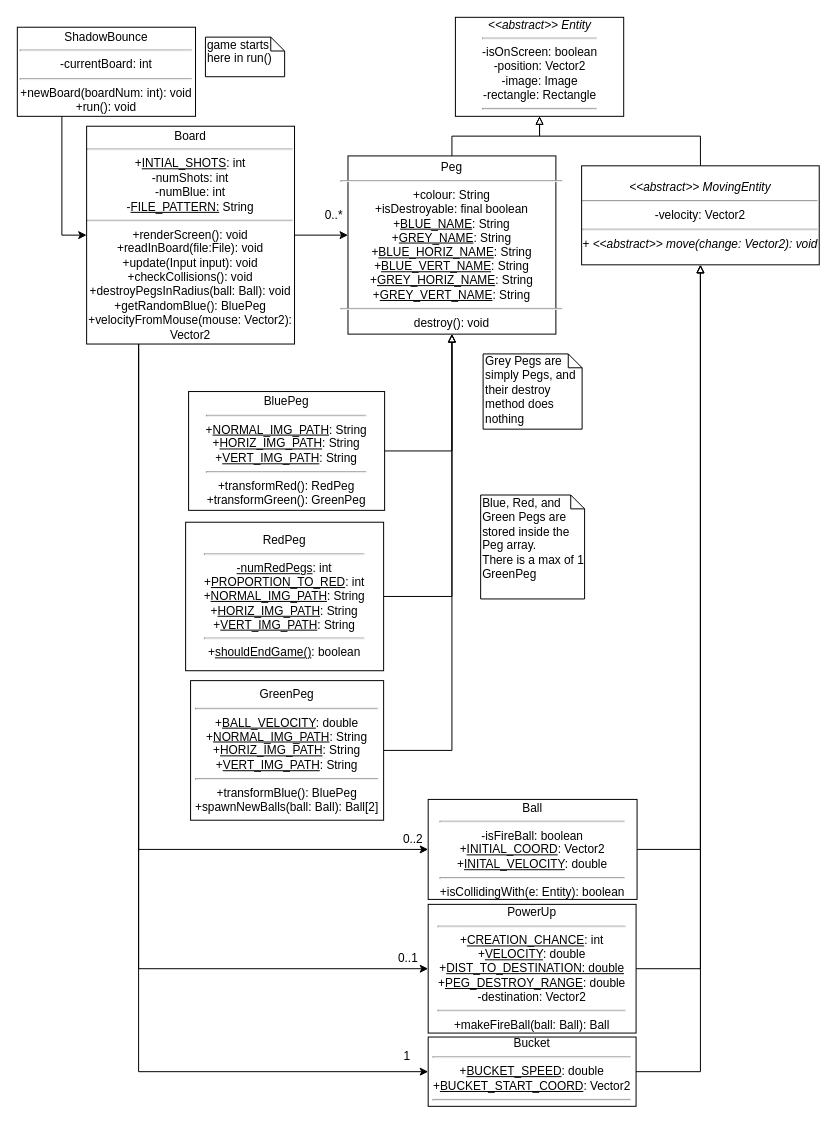
This is Untitled Diagram.drawio from adleris/SWEN20003, a draw.io file, before an edit. Source tidied: cells renumbered, new cells numbered last; positions are measured from the earlier drawing's top-left corner, leaving out a move shared by most shapes. Both pictures are drawn from the tidied source at 99%, with x=0, y=0 at pixel (17, 17).
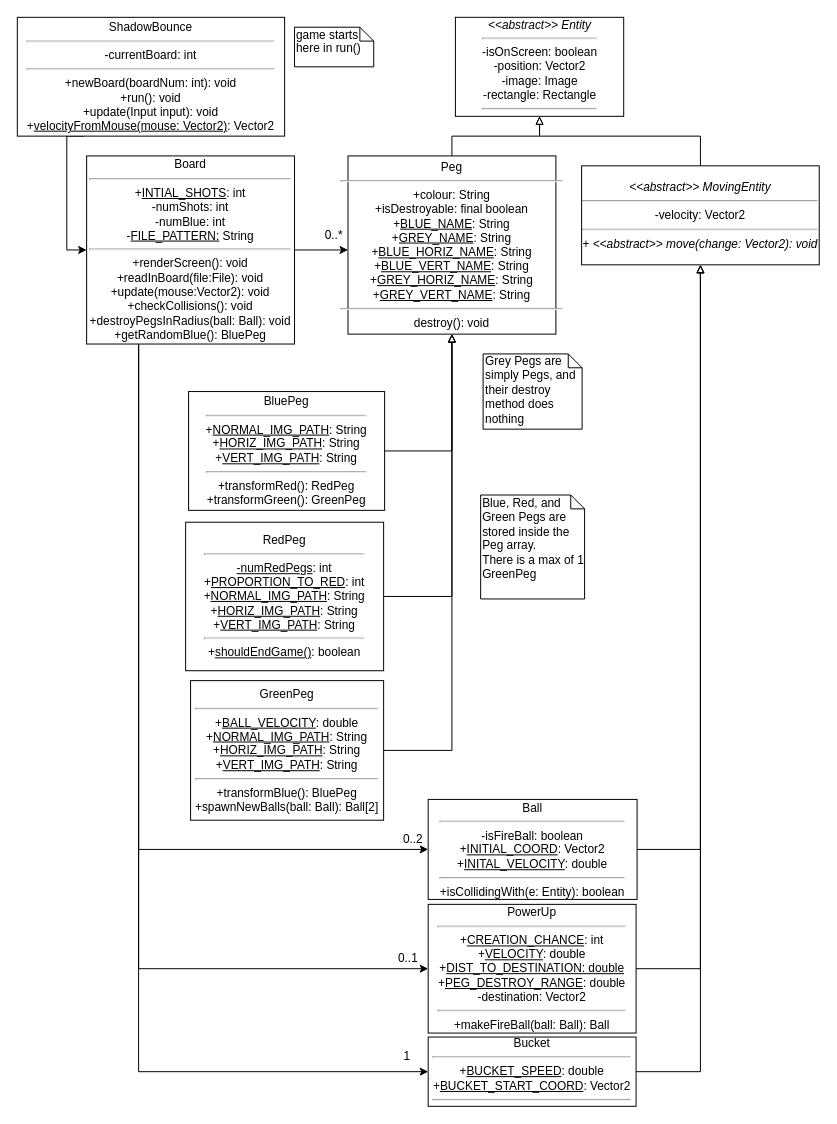
Above is the later version.

Diff of the diagram source:
```diff
@@
-    <mxCell id="6" value="Board&lt;hr&gt;+&lt;u&gt;INTIAL_SHOTS&lt;/u&gt;: int&lt;br&gt;-numShots: int&lt;br&gt;-numBlue: int&lt;br&gt;-&lt;u&gt;FILE_PATTERN:&lt;/u&gt; String&lt;br&gt;&lt;hr&gt;+renderScreen(): void&lt;br&gt;+readInBoard(file:File): void&lt;br&gt;+update(Input input): void&lt;br&gt;+checkCollisions(): void&lt;br&gt;+destroyPegsInRadius(ball: Ball): void&lt;br&gt;+getRandomBlue(): BluePeg&lt;br&gt;+velocityFromMouse(mouse:&amp;nbsp;Vector2): Vector2" style="rounded=0;whiteSpace=wrap;html=1;" parent="1" vertex="1">
-      <mxGeometry x="70" y="110" width="210" height="220" as="geometry" />
+    <mxCell id="6" value="Board&lt;hr&gt;+&lt;u&gt;INTIAL_SHOTS&lt;/u&gt;: int&lt;br&gt;-numShots: int&lt;br&gt;-numBlue: int&lt;br&gt;-&lt;u&gt;FILE_PATTERN:&lt;/u&gt; String&lt;br&gt;&lt;hr&gt;+renderScreen(): void&lt;br&gt;+readInBoard(file:File): void&lt;br&gt;+update(mouse:Vector2): void&lt;br&gt;+checkCollisions(): void&lt;br&gt;+destroyPegsInRadius(ball: Ball): void&lt;br&gt;+getRandomBlue(): BluePeg" style="rounded=0;whiteSpace=wrap;html=1;" parent="1" vertex="1">
+      <mxGeometry x="70" y="140" width="210" height="190" as="geometry" />
     </mxCell>
@@
     <mxCell id="27" value="0..*" style="text;html=1;strokeColor=none;fillColor=none;align=center;verticalAlign=middle;whiteSpace=wrap;rounded=0;" parent="1" vertex="1">
-      <mxGeometry x="300" y="190" width="40" height="20" as="geometry" />
+      <mxGeometry x="300" y="210" width="40" height="20" as="geometry" />
     </mxCell>
-    <mxCell id="28" style="edgeStyle=orthogonalEdgeStyle;rounded=0;jettySize=auto;html=1;exitX=0.25;exitY=1;exitDx=0;exitDy=0;entryX=0;entryY=0.5;entryDx=0;entryDy=0;endArrow=classic;endFill=1;" parent="1" edge="1" source="29" target="6">
-      <mxGeometry relative="1" as="geometry" />
+    <mxCell id="28" style="edgeStyle=orthogonalEdgeStyle;rounded=0;jettySize=auto;html=1;exitX=0.25;exitY=1;exitDx=0;exitDy=0;entryX=0;entryY=0.5;entryDx=0;entryDy=0;" parent="1" edge="1" source="29" target="6">
+      <mxGeometry relative="1" as="geometry">
+        <Array as="points">
+          <mxPoint x="50" y="120" />
+          <mxPoint x="50" y="235" />
+        </Array>
+      </mxGeometry>
     </mxCell>
-    <mxCell id="29" value="ShadowBounce&lt;br&gt;&lt;hr&gt;-currentBoard: int&lt;hr&gt;+newBoard(boardNum: int): void&lt;br&gt;+run(): void" style="rounded=0;whiteSpace=wrap;html=1;" parent="1" vertex="1">
-      <mxGeometry y="10" width="180" height="90" as="geometry" />
+    <mxCell id="29" value="ShadowBounce&lt;br&gt;&lt;hr&gt;-currentBoard: int&lt;hr&gt;+newBoard(boardNum: int): void&lt;br&gt;+run(): void&lt;br&gt;+update(Input input): void&lt;br&gt;+&lt;u&gt;velocityFromMouse(mouse:&amp;nbsp;Vector2)&lt;/u&gt;: Vector2" style="rounded=0;whiteSpace=wrap;html=1;" parent="1" vertex="1">
+      <mxGeometry width="270" height="120" as="geometry" />
     </mxCell>
@@
     <mxCell id="31" value="&lt;span style=&quot;text-align: center&quot;&gt;&lt;font style=&quot;font-size: 12px&quot;&gt;game starts &lt;br&gt;here in run()&lt;/font&gt;&lt;/span&gt;" style="shape=note;whiteSpace=wrap;html=1;size=14;verticalAlign=top;align=left;spacingTop=-6;" parent="1" vertex="1">
-      <mxGeometry x="190" y="20" width="80" height="40" as="geometry" />
+      <mxGeometry x="280" y="10" width="80" height="40" as="geometry" />
     </mxCell>
```
